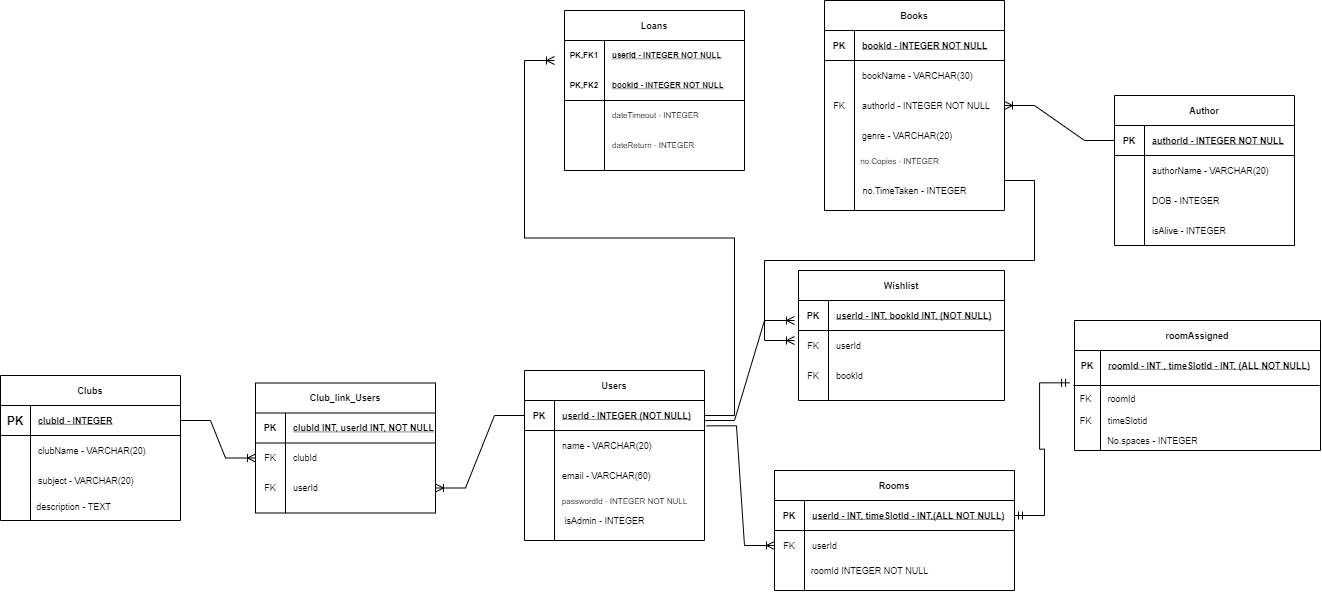
Before: libary.png, a diagram exported from draw.io (aaron1brooker/databaseassignment). Source tidied: cells renumbered, new cells last; positions are measured from the earlier drawing's top-left corner, leaving out a move shared by most shapes.
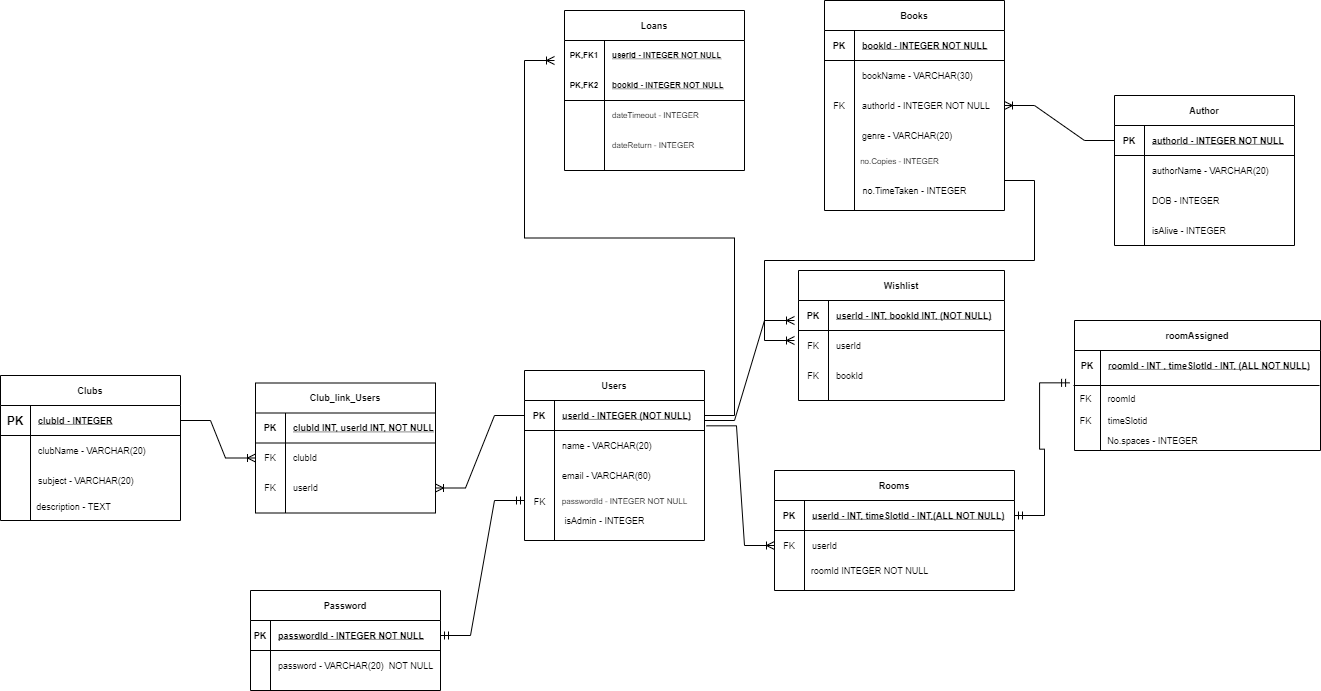
After the commit.

What changed in the source:
```diff
@@ -334,5 +334,32 @@
         <mxPoint x="794" y="340" as="targetPoint" />
       </mxGeometry>
     </mxCell>
+    <mxCell id="110" value="Password" style="shape=table;startSize=30;rowLines=0;fontStyle=1;align=center;fontSize=9;" parent="1" vertex="1">
+      <mxGeometry x="250" y="590" width="190" height="100" as="geometry" />
+    </mxCell>
+    <mxCell id="111" style="shape=partialRectangle;fillColor=none;top=0;left=0;bottom=1;right=0;points=[[0,0.5],[1,0.5]];portConstraint=eastwest;" parent="110" vertex="1">
+      <mxGeometry y="30" width="190" height="30" as="geometry" />
+    </mxCell>
+    <mxCell id="112" value="PK" style="shape=partialRectangle;fillColor=none;top=0;left=0;bottom=0;right=0;fontStyle=1;overflow=hidden;fontSize=9;" parent="111" vertex="1">
+      <mxGeometry width="20" height="30" as="geometry" />
+    </mxCell>
+    <mxCell id="113" value="passwordId - INTEGER NOT NULL" style="shape=partialRectangle;fillColor=none;top=0;left=0;bottom=0;right=0;align=left;spacingLeft=6;fontStyle=5;overflow=hidden;fontSize=9;" parent="111" vertex="1">
+      <mxGeometry x="20" width="170" height="30" as="geometry" />
+    </mxCell>
+    <mxCell id="114" style="shape=partialRectangle;fillColor=none;top=0;left=0;bottom=0;right=0;" parent="110" vertex="1">
+      <mxGeometry y="60" width="190" height="30" as="geometry" />
+    </mxCell>
+    <mxCell id="115" style="shape=partialRectangle;fillColor=none;top=0;left=0;bottom=0;right=0;overflow=hidden;" parent="114" vertex="1">
+      <mxGeometry width="20" height="30" as="geometry" />
+    </mxCell>
+    <mxCell id="116" value="password - VARCHAR(20)  NOT NULL" style="shape=partialRectangle;fillColor=none;top=0;left=0;bottom=0;right=0;align=left;spacingLeft=6;overflow=hidden;fontSize=9;" parent="114" vertex="1">
+      <mxGeometry x="20" width="170" height="30" as="geometry" />
+    </mxCell>
+    <mxCell id="117" value="&lt;font style=&quot;font-size: 9px&quot;&gt;FK&lt;/font&gt;" style="text;html=1;align=center;verticalAlign=middle;points=[];strokeColor=none;fillColor=none;" parent="1" vertex="1">
+      <mxGeometry x="524" y="490" width="30" height="20" as="geometry" />
+    </mxCell>
+    <mxCell id="118" style="edgeStyle=entityRelationEdgeStyle;fontSize=12;html=1;endArrow=ERmandOne;startArrow=ERmandOne;rounded=0;" parent="1" edge="1" source="111" target="117">
+      <mxGeometry relative="1" as="geometry" />
+    </mxCell>
   </root>
 </mxGraphModel>
```
